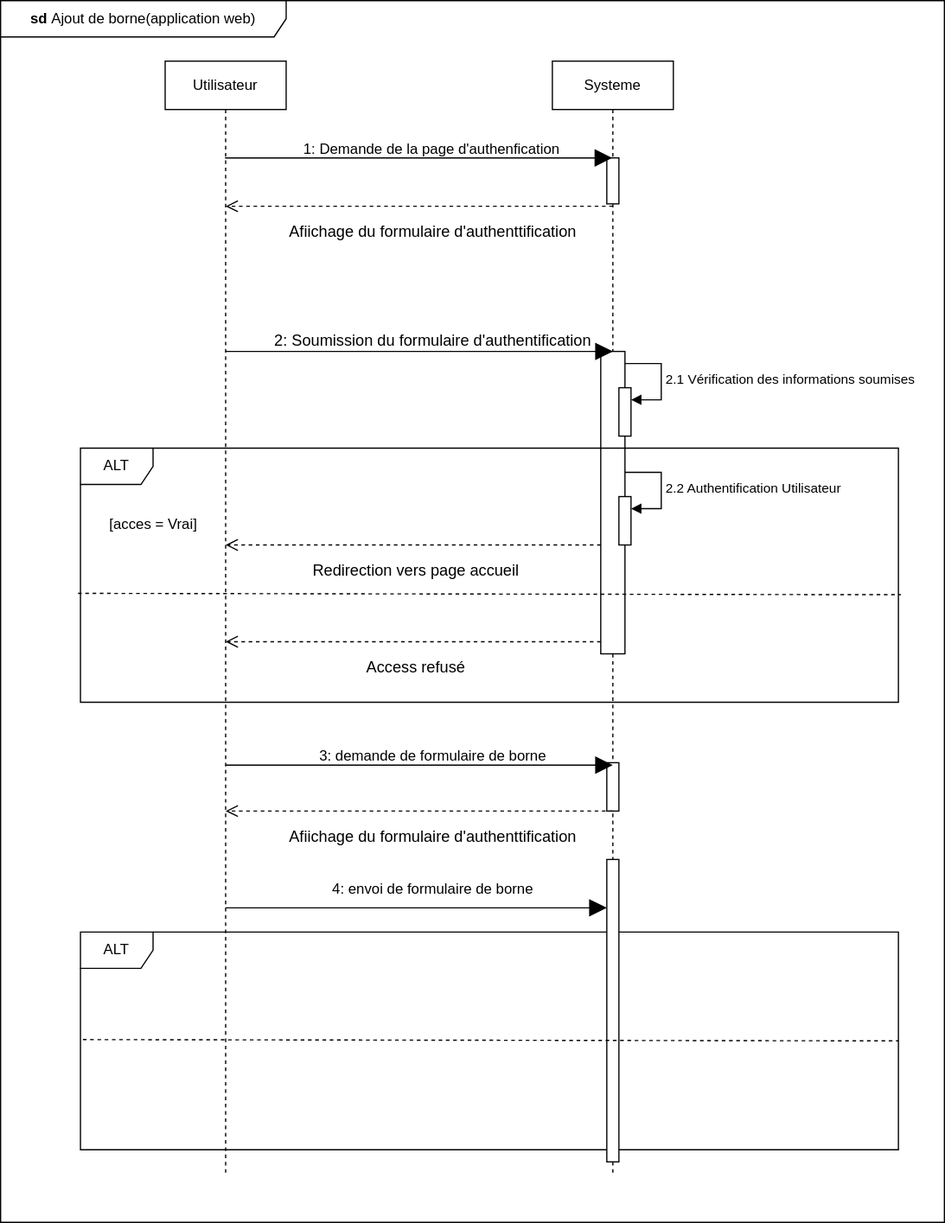
Siluearsene/borne_biometrique keeps this draw.io diagram as static/Diagramme de séquence ajout de borne dans flask .drawio.svg. Above is the earlier version. Source tidied: cells renumbered, new cells last; positions are measured from the earlier drawing's top-left corner, leaving out a move shared by most shapes.
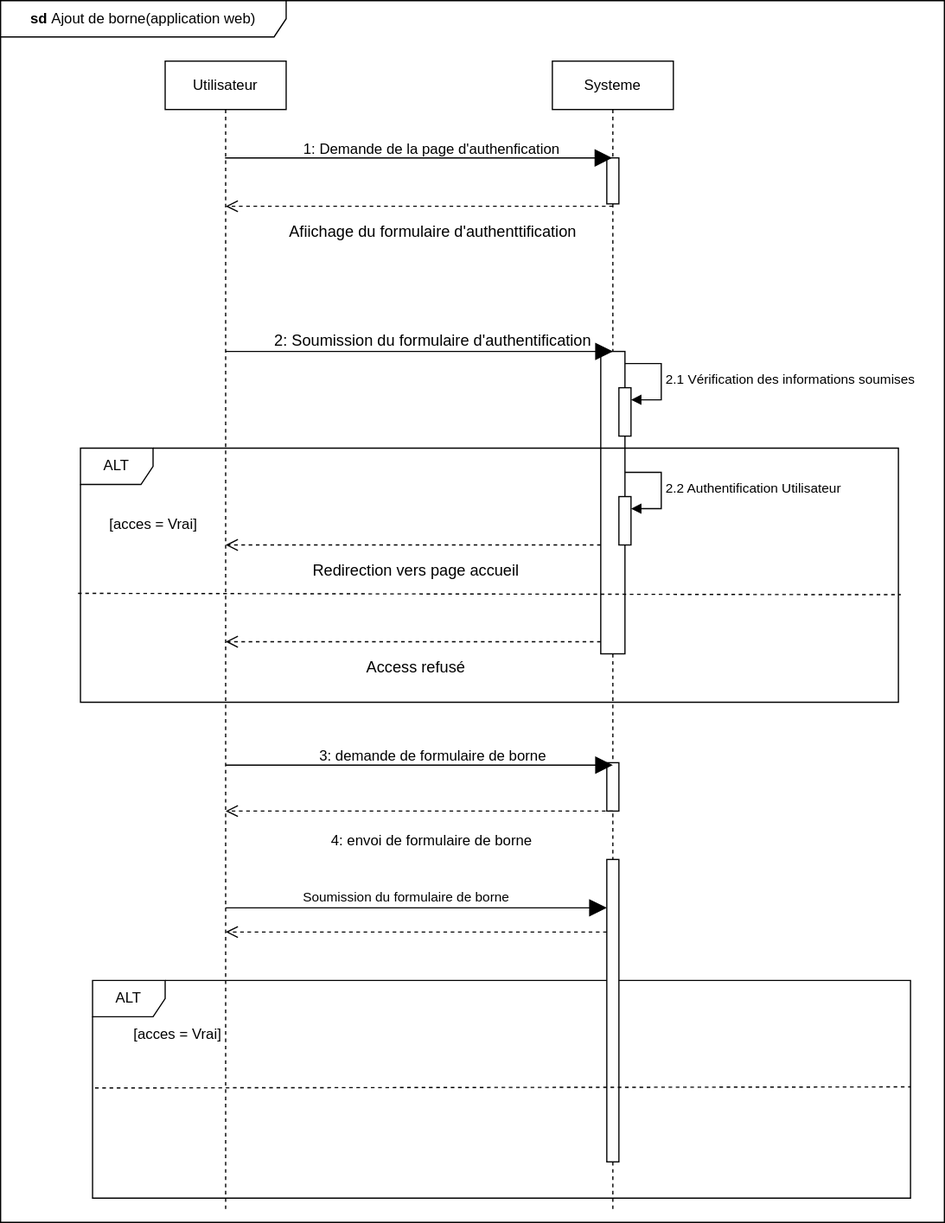
Later version of the same file.

Commit message:
Mettre à jour Diagramme de séquence ajout de borne dans flask .drawio.svg

The edit, as a diff of the source:
```diff
@@ -6,10 +6,10 @@
       <mxGeometry width="780" height="1010" as="geometry" />
     </mxCell>
     <mxCell id="3" value="Utilisateur" style="shape=umlLifeline;perimeter=lifelinePerimeter;whiteSpace=wrap;html=1;newEdgeStyle={&quot;edgeStyle&quot;:&quot;elbowEdgeStyle&quot;,&quot;elbow&quot;:&quot;vertical&quot;,&quot;curved&quot;:0,&quot;rounded&quot;:0};rounded=0;" parent="1" vertex="1">
-      <mxGeometry x="136" y="50" width="100" height="920" as="geometry" />
+      <mxGeometry x="136" y="50" width="100" height="950" as="geometry" />
     </mxCell>
     <mxCell id="4" value="Systeme" style="shape=umlLifeline;perimeter=lifelinePerimeter;whiteSpace=wrap;html=1;newEdgeStyle={&quot;edgeStyle&quot;:&quot;elbowEdgeStyle&quot;,&quot;elbow&quot;:&quot;vertical&quot;,&quot;curved&quot;:0,&quot;rounded&quot;:0};rounded=0;" parent="1" vertex="1">
-      <mxGeometry x="456" y="50" width="100" height="920" as="geometry" />
+      <mxGeometry x="456" y="50" width="100" height="950" as="geometry" />
     </mxCell>
     <mxCell id="5" style="html=1;perimeter=orthogonalPerimeter;targetShapes=umlLifeline;newEdgeStyle={&quot;edgeStyle&quot;:&quot;elbowEdgeStyle&quot;,&quot;elbow&quot;:&quot;vertical&quot;,&quot;curved&quot;:0,&quot;rounded&quot;:0};rounded=0;" parent="4" vertex="1">
       <mxGeometry x="45" y="80" width="10" height="38" as="geometry" />
@@ -136,29 +136,39 @@
         </Array>
       </mxGeometry>
     </mxCell>
-    <mxCell id="28" value="&lt;font style=&quot;font-size: 13px;&quot;&gt;Afiichage du formulaire d'authenttification&lt;/font&gt;" style="edgeLabel;html=1;align=center;verticalAlign=middle;rounded=0;" parent="27" vertex="1">
-      <mxGeometry x="0.12" y="1" relative="1" as="geometry">
-        <mxPoint x="29" y="19" as="offset" />
-      </mxGeometry>
-    </mxCell>
     <mxCell id="29" style="endArrow=block;endFill=1;endSize=12;html=1;rounded=0;" parent="1" edge="1" target="32">
       <mxGeometry relative="1" as="geometry">
         <mxPoint x="186" y="750" as="sourcePoint" />
       </mxGeometry>
     </mxCell>
+    <mxCell id="34" value="Soumission du formulaire de borne" style="edgeLabel;html=1;align=center;verticalAlign=middle;" parent="29" vertex="1">
+      <mxGeometry x="-0.06" y="2" relative="1" as="geometry">
+        <mxPoint y="-8" as="offset" />
+      </mxGeometry>
+    </mxCell>
     <mxCell id="30" value="4: envoi de formulaire de borne" style="text;html=1;align=center;verticalAlign=middle;strokeColor=none;fillColor=none;rounded=0;" parent="1" vertex="1">
-      <mxGeometry x="261.5" y="720" width="190" height="30" as="geometry" />
+      <mxGeometry x="261" y="680" width="190" height="30" as="geometry" />
     </mxCell>
     <mxCell id="31" value="ALT" style="shape=umlFrame;whiteSpace=wrap;html=1;" parent="1" vertex="1">
-      <mxGeometry x="66" y="770" width="676" height="180" as="geometry" />
+      <mxGeometry x="76" y="810" width="676" height="180" as="geometry" />
     </mxCell>
     <mxCell id="32" style="html=1;points=[];perimeter=orthogonalPerimeter;outlineConnect=0;targetShapes=umlLifeline;portConstraint=eastwest;newEdgeStyle={&quot;edgeStyle&quot;:&quot;elbowEdgeStyle&quot;,&quot;elbow&quot;:&quot;vertical&quot;,&quot;curved&quot;:0,&quot;rounded&quot;:0};rounded=0;" parent="1" vertex="1">
       <mxGeometry x="501" y="710" width="10" height="250" as="geometry" />
     </mxCell>
-    <mxCell id="33" style="endArrow=none;html=1;rounded=0;exitX=0.003;exitY=0.494;exitDx=0;exitDy=0;exitPerimeter=0;dashed=1;" parent="1" edge="1" source="31">
-      <mxGeometry relative="1" as="geometry">
-        <mxPoint x="742" y="860" as="targetPoint" />
-      </mxGeometry>
+    <mxCell id="33" style="endArrow=none;html=1;rounded=0;exitX=0.003;exitY=0.494;exitDx=0;exitDy=0;exitPerimeter=0;dashed=1;entryX=1;entryY=0.489;entryDx=0;entryDy=0;entryPerimeter=0;" parent="1" edge="1" source="31" target="31">
+      <mxGeometry relative="1" as="geometry" />
     </mxCell>
+    <mxCell id="35" value="[acces = Vrai]" style="text;html=1;align=center;verticalAlign=middle;strokeColor=none;fillColor=none;" parent="1" vertex="1">
+      <mxGeometry x="96" y="840" width="100" height="30" as="geometry" />
+    </mxCell>
+    <mxCell id="36" style="html=1;verticalAlign=bottom;endArrow=open;dashed=1;endSize=8;edgeStyle=elbowEdgeStyle;elbow=vertical;curved=0;rounded=0;" parent="1" edge="1">
+      <mxGeometry relative="1" as="geometry">
+        <mxPoint x="501" y="770" as="sourcePoint" />
+        <mxPoint x="186" y="770" as="targetPoint" />
+        <Array as="points">
+          <mxPoint x="342.5" y="770" />
+        </Array>
+      </mxGeometry>
+    </mxCell>
   </root>
 </mxGraphModel>
```
